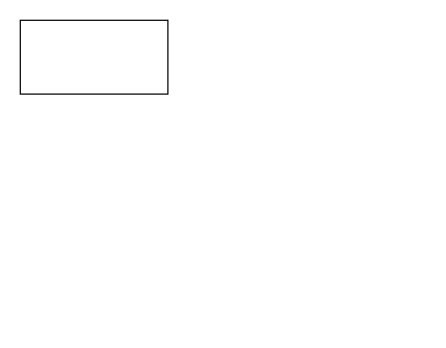
Above: Test.drawio in SuperWWu/Draw-io-Collab (draw.io), before the change. Source tidied: cells renumbered, new cells numbered last; positions are measured from the earlier drawing's top-left corner, leaving out a move shared by most shapes. Both pictures are drawn from the tidied source at 123%, with x=0, y=0 at pixel (20, 20).
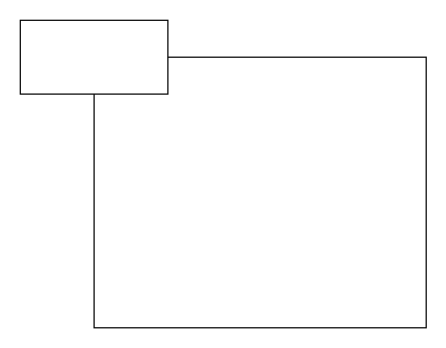
Above is the later version.

Diff of the diagram source:
```diff
@@
 <mxGraphModel>
   <root>
     <mxCell id="0" />
     <mxCell id="1" parent="0" />
+    <mxCell id="3" style="whiteSpace=wrap;html=1;" parent="1" vertex="1">
+      <mxGeometry x="60" y="30" width="270" height="220" as="geometry" />
+    </mxCell>
-    <mxCell id="2" style="rounded=0;whiteSpace=wrap;html=1;" parent="1" vertex="1">
+    <mxCell id="2" style="rounded=0;whiteSpace=wrap;html=1;direction=east;" parent="1" vertex="1">
       <mxGeometry width="120" height="60" as="geometry" />
     </mxCell>
   </root>
 </mxGraphModel>
```
